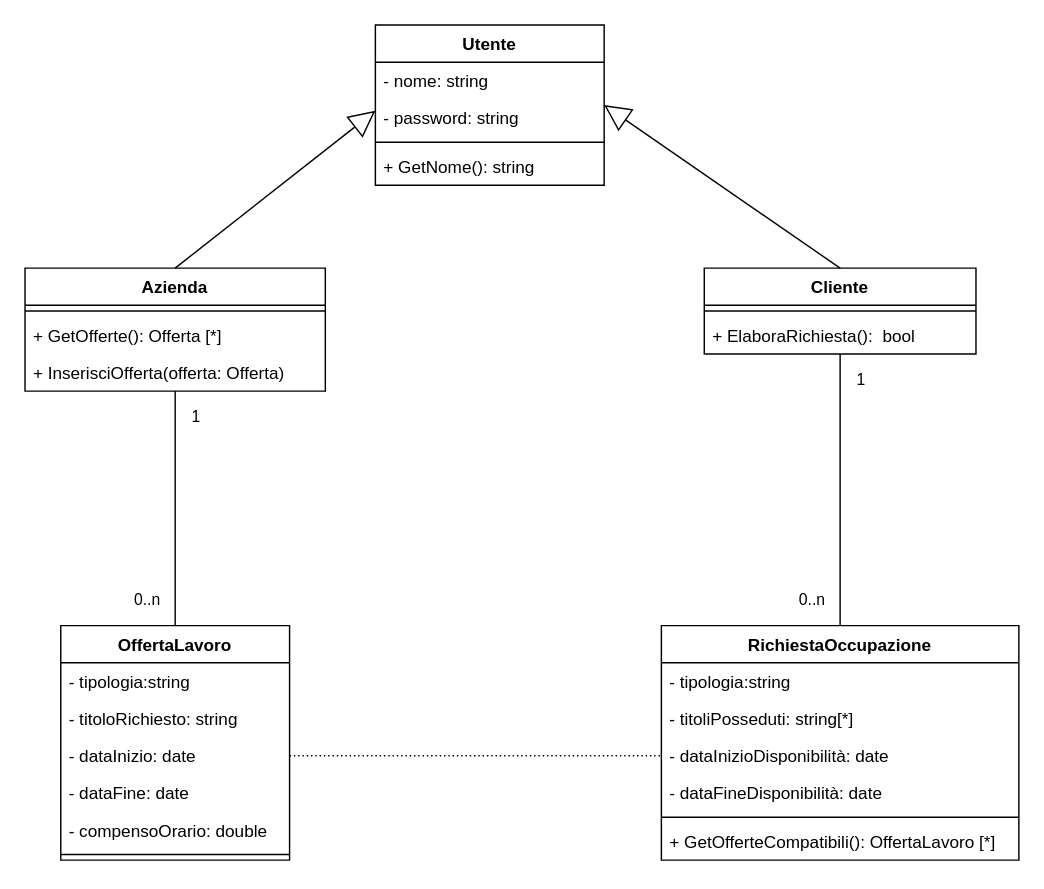
LorenzoFiscato/Lorenzo-Fiscato-agenzia-lavoro-internale-design keeps this draw.io diagram as agenzia-lavoro-internale-design.drawio. Above is the earlier version. Source tidied: cells renumbered, new cells numbered last; positions are measured from the earlier drawing's top-left corner, leaving out a move shared by most shapes. Both pictures are drawn from the tidied source at 143%, with x=0, y=0 at pixel (24, 24).
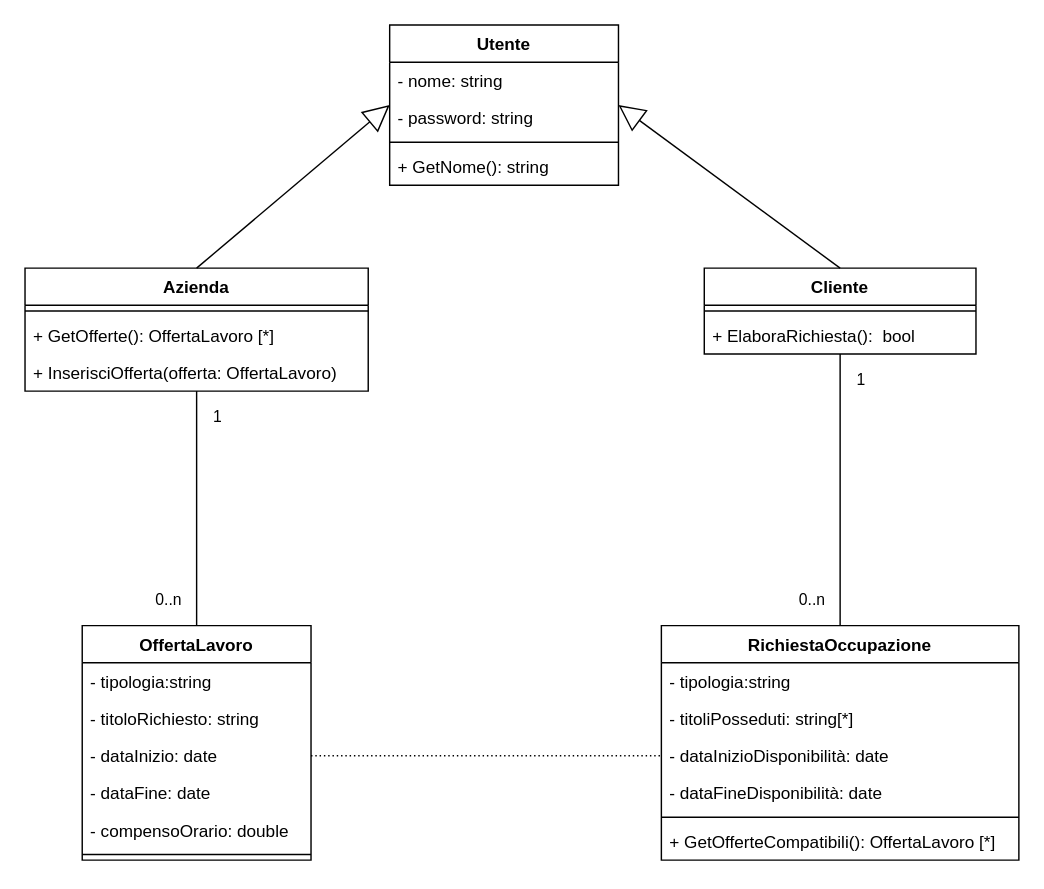
The same page after the edit.

Commit message (it also covers changes not shown here):
fix tipo variabile OffertaLavoro

The edit, as a diff of the source:
```diff
@@
     <mxCell id="2" value="Azienda" style="swimlane;fontStyle=1;align=center;verticalAlign=top;horizontal=1;startSize=26;whiteSpace=wrap;html=1;" parent="1" vertex="1">
-      <mxGeometry y="170" width="210" height="86" as="geometry" />
+      <mxGeometry y="170" width="240" height="86" as="geometry" />
     </mxCell>
     <mxCell id="3" style="line;strokeWidth=1;fillColor=none;align=left;verticalAlign=middle;spacingTop=-1;spacingLeft=3;spacingRight=3;labelPosition=right;strokeColor=inherit;" parent="2" vertex="1">
-      <mxGeometry y="26" width="210" height="8" as="geometry" />
+      <mxGeometry y="26" width="240" height="8" as="geometry" />
     </mxCell>
-    <mxCell id="4" value="+ GetOfferte(): Offerta [*]" style="text;strokeColor=none;fillColor=none;align=left;verticalAlign=top;spacingLeft=4;spacingRight=4;overflow=hidden;whiteSpace=wrap;html=1;" parent="2" vertex="1">
-      <mxGeometry y="34" width="210" height="26" as="geometry" />
+    <mxCell id="4" value="+ GetOfferte(): OffertaLavoro [*]" style="text;strokeColor=none;fillColor=none;align=left;verticalAlign=top;spacingLeft=4;spacingRight=4;overflow=hidden;whiteSpace=wrap;html=1;" parent="2" vertex="1">
+      <mxGeometry y="34" width="240" height="26" as="geometry" />
     </mxCell>
-    <mxCell id="5" value="+ InserisciOfferta(offerta: Offerta)" style="text;strokeColor=none;fillColor=none;align=left;verticalAlign=top;spacingLeft=4;spacingRight=4;overflow=hidden;whiteSpace=wrap;html=1;" parent="2" vertex="1">
-      <mxGeometry y="60" width="210" height="26" as="geometry" />
+    <mxCell id="5" value="+ InserisciOfferta(offerta: OffertaLavoro)" style="text;strokeColor=none;fillColor=none;align=left;verticalAlign=top;spacingLeft=4;spacingRight=4;overflow=hidden;whiteSpace=wrap;html=1;" parent="2" vertex="1">
+      <mxGeometry y="60" width="240" height="26" as="geometry" />
     </mxCell>
     <mxCell id="6" value="Utente" style="swimlane;fontStyle=1;align=center;verticalAlign=top;horizontal=1;startSize=26;whiteSpace=wrap;html=1;" parent="1" vertex="1">
-      <mxGeometry x="245" width="160" height="112" as="geometry" />
+      <mxGeometry x="255" width="160" height="112" as="geometry" />
     </mxCell>
@@
-    <mxCell id="11" style="endArrow=block;endSize=16;endFill=0;html=1;rounded=0;exitX=0.5;exitY=0;exitDx=0;exitDy=0;" parent="1" edge="1" source="2">
-      <mxGeometry relative="1" as="geometry">
-        <mxPoint x="245" y="60" as="targetPoint" />
-      </mxGeometry>
+    <mxCell id="11" style="endArrow=block;endSize=16;endFill=0;html=1;rounded=0;exitX=0.5;exitY=0;exitDx=0;exitDy=0;entryX=0;entryY=0.5;entryDx=0;entryDy=0;" parent="1" edge="1" source="2" target="6">
+      <mxGeometry relative="1" as="geometry" />
     </mxCell>
@@
     <mxCell id="16" value="OffertaLavoro" style="swimlane;fontStyle=1;align=center;verticalAlign=top;horizontal=1;startSize=26;whiteSpace=wrap;html=1;" parent="1" vertex="1">
-      <mxGeometry x="25" y="420" width="160" height="164" as="geometry" />
+      <mxGeometry x="40" y="420" width="160" height="164" as="geometry" />
     </mxCell>
```
